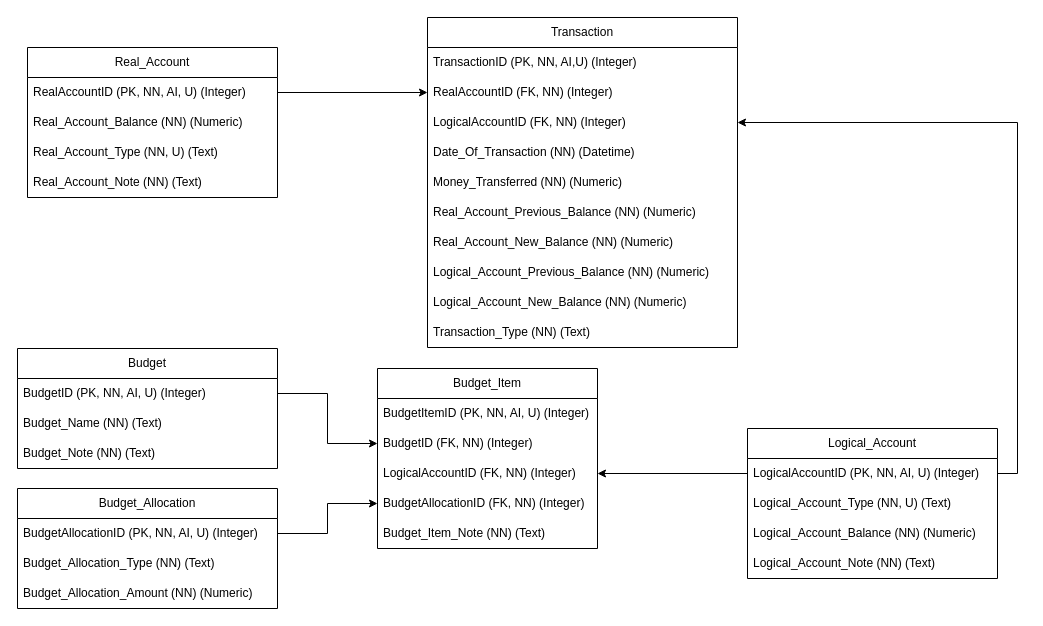
This is page "Final Draft" (2 of 2) of ImprovedDatabaseDiagram.drawio from Trenton-Gibson/Python-Finance-Project, a draw.io file, before an edit. Source tidied: cells renumbered, new cells numbered last; positions are measured from the earlier drawing's top-left corner, leaving out a move shared by most shapes. Both pictures are drawn from the tidied source at 100%, with x=0, y=0 at pixel (17, 17).
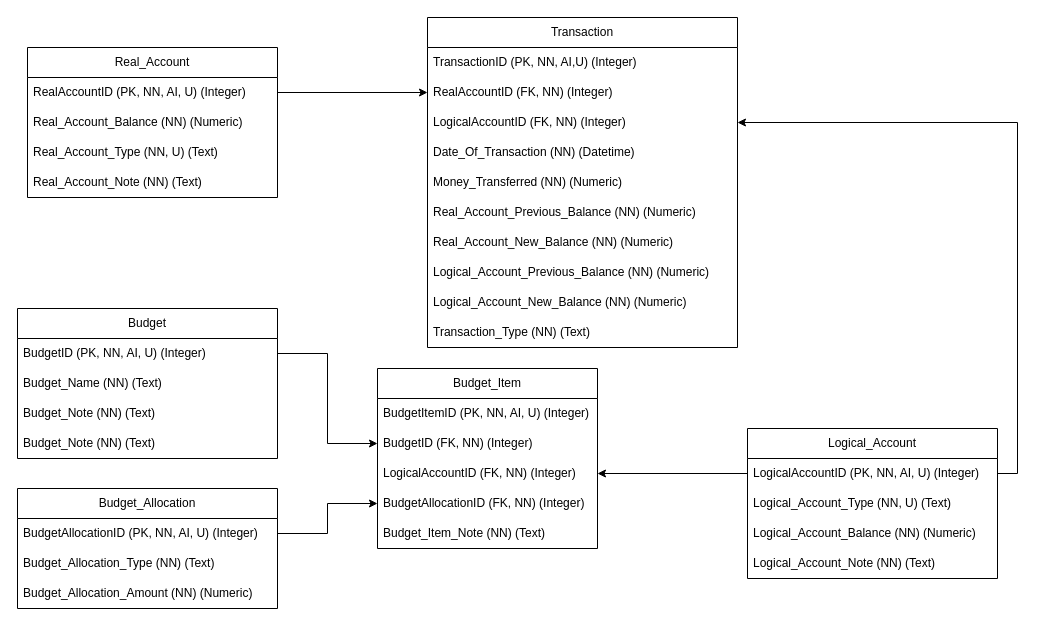
Above is the later version.

Commit message (it also covers changes not shown here):
Added Budget_Amount to Dtabase and program, need to get heads up info working

What changed in the source:
```diff
@@
     <mxCell id="2" value="Budget" style="swimlane;fontStyle=0;horizontal=1;startSize=30;whiteSpace=wrap;html=1;" parent="1" vertex="1">
-      <mxGeometry y="331" width="260" height="120" as="geometry" />
+      <mxGeometry y="291" width="260" height="150" as="geometry" />
     </mxCell>
@@
+    <mxCell id="42" value="Budget_Note (NN) (Text)" style="text;align=left;verticalAlign=middle;spacingLeft=4;spacingRight=4;overflow=hidden;whiteSpace=wrap;html=1;" parent="2" vertex="1">
+      <mxGeometry y="120" width="260" height="30" as="geometry" />
+    </mxCell>
```
